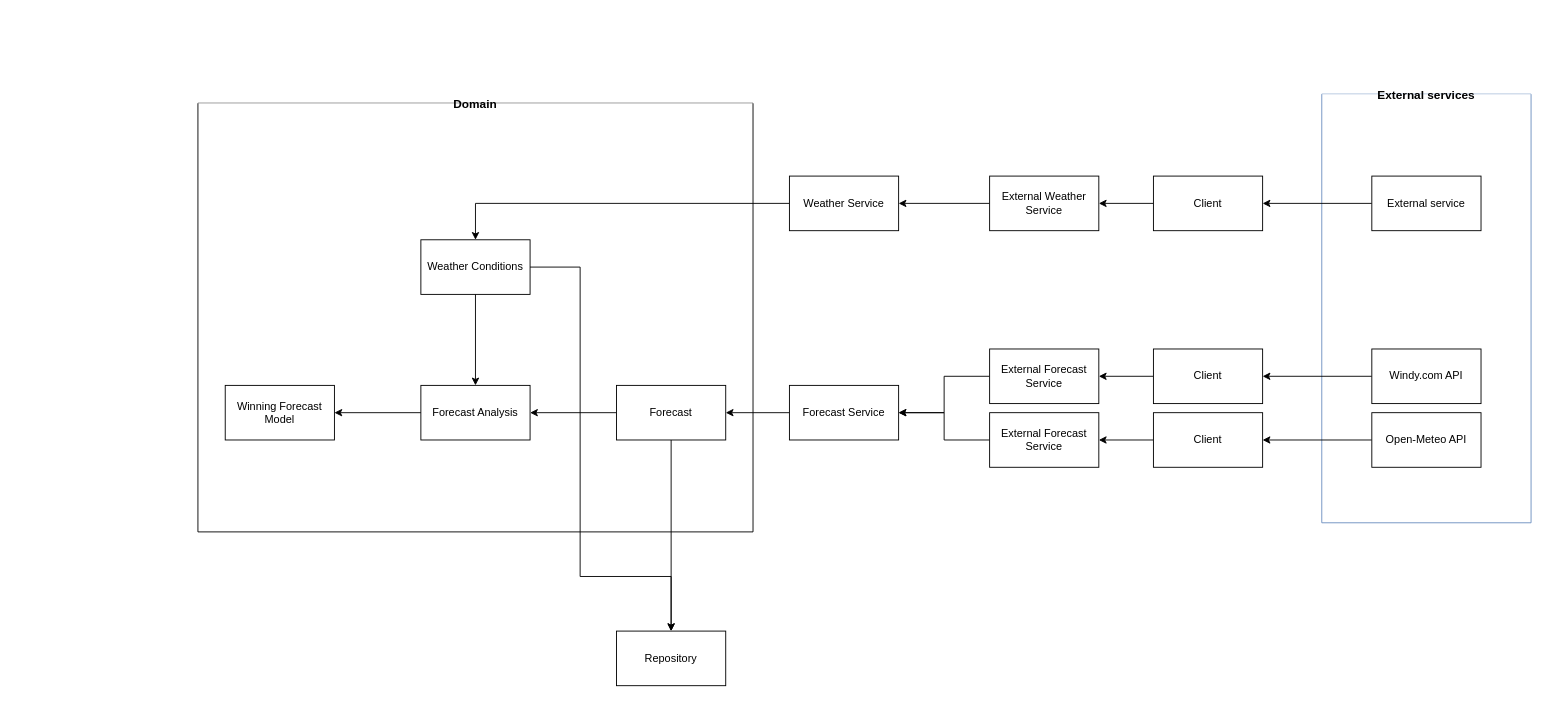
Before: FF-architecture.drawio in julekb/find-forecast, a draw.io diagram. Source tidied: cells renumbered, new cells numbered last; positions are measured from the earlier drawing's top-left corner, leaving out a move shared by most shapes. Both pictures are drawn from the tidied source at 91%, with x=0, y=0 at pixel (197, 94).
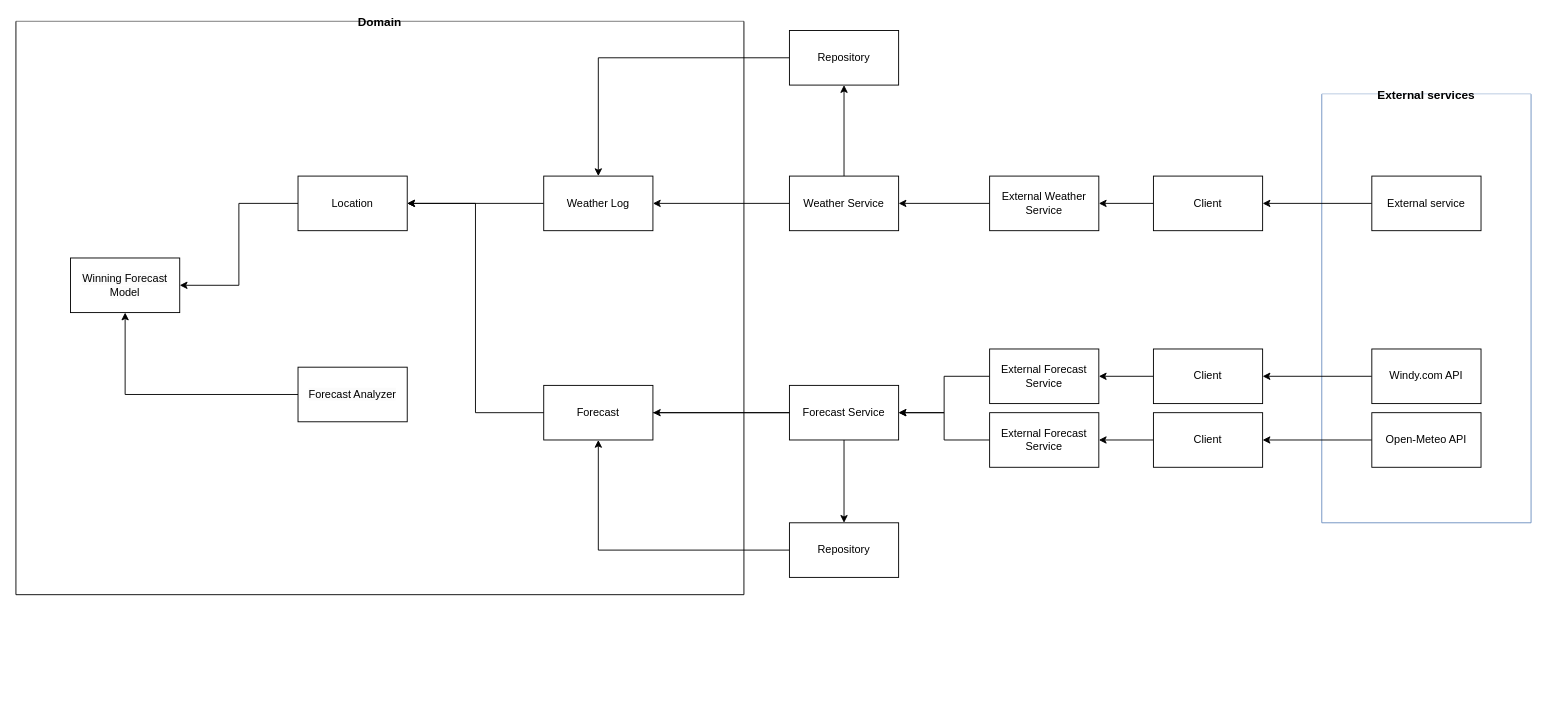
The same page after the edit.

The change refers to these unchanged cells:
```xml
<mxCell id="24" value="Weather Service" style="rounded=0;whiteSpace=wrap;html=1;" parent="1" vertex="1">
  <mxGeometry x="650" y="90" width="120" height="60" as="geometry" />
</mxCell>
```

What changed in the source:
```diff
@@
     <mxCell id="2" value="Domain" style="swimlane;startSize=0;swimlaneFillColor=default;glass=0;rounded=0;fontSize=13;fillStyle=solid;shadow=0;swimlaneLine=1;" parent="1" vertex="1">
-      <mxGeometry y="10" width="610" height="471" as="geometry" />
+      <mxGeometry x="-200" y="-80" width="800" height="630" as="geometry" />
     </mxCell>
-    <mxCell id="3" value="Weather Conditions" style="rounded=0;whiteSpace=wrap;html=1;" parent="2" vertex="1">
-      <mxGeometry x="245" y="150" width="120" height="60" as="geometry" />
-    </mxCell>
-    <mxCell id="4" value="Forecast Analysis" style="rounded=0;whiteSpace=wrap;html=1;" parent="2" vertex="1">
-      <mxGeometry x="245" y="310" width="120" height="60" as="geometry" />
-    </mxCell>
-    <mxCell id="5" style="edgeStyle=orthogonalEdgeStyle;rounded=0;jettySize=auto;html=1;exitX=0.5;exitY=1;exitDx=0;exitDy=0;entryX=0.5;entryY=0;entryDx=0;entryDy=0;" parent="2" edge="1" source="3" target="4">
-      <mxGeometry relative="1" as="geometry" />
-    </mxCell>
+    <mxCell id="36" style="edgeStyle=orthogonalEdgeStyle;rounded=0;jettySize=auto;html=1;entryX=1;entryY=0.5;entryDx=0;entryDy=0;" parent="2" edge="1" source="37" target="6">
+      <mxGeometry relative="1" as="geometry" />
+    </mxCell>
+    <mxCell id="37" value="Location" style="rounded=0;whiteSpace=wrap;html=1;" parent="2" vertex="1">
+      <mxGeometry x="310" y="170" width="120" height="60" as="geometry" />
+    </mxCell>
-    <mxCell id="6" value="Winning Forecast Model" style="rounded=0;whiteSpace=wrap;html=1;" parent="2" vertex="1">
-      <mxGeometry x="30" y="310" width="120" height="60" as="geometry" />
+    <mxCell id="6" value="&lt;span style=&quot;color: rgb(0, 0, 0); font-family: Helvetica; font-size: 12px; font-style: normal; font-variant-ligatures: normal; font-variant-caps: normal; font-weight: 400; letter-spacing: normal; orphans: 2; text-align: center; text-indent: 0px; text-transform: none; widows: 2; word-spacing: 0px; -webkit-text-stroke-width: 0px; background-color: rgb(251, 251, 251); text-decoration-thickness: initial; text-decoration-style: initial; text-decoration-color: initial; float: none; display: inline !important;&quot;&gt;Winning Forecast Model&lt;/span&gt;" style="whiteSpace=wrap;html=1;rounded=0;" parent="2" vertex="1">
+      <mxGeometry x="60" y="260" width="120" height="60" as="geometry" />
     </mxCell>
-    <mxCell id="7" style="edgeStyle=orthogonalEdgeStyle;rounded=0;jettySize=auto;html=1;" parent="2" edge="1" source="4" target="6">
-      <mxGeometry relative="1" as="geometry" />
-    </mxCell>
+    <mxCell id="38" style="edgeStyle=orthogonalEdgeStyle;rounded=0;jettySize=auto;html=1;entryX=1;entryY=0.5;entryDx=0;entryDy=0;" parent="2" edge="1" source="39" target="37">
+      <mxGeometry relative="1" as="geometry" />
+    </mxCell>
+    <mxCell id="39" value="Weather Log" style="rounded=0;whiteSpace=wrap;html=1;" parent="2" vertex="1">
+      <mxGeometry x="580" y="170" width="120" height="60" as="geometry" />
+    </mxCell>
+    <mxCell id="40" style="edgeStyle=orthogonalEdgeStyle;rounded=0;jettySize=auto;html=1;" parent="2" edge="1" source="41" target="6">
+      <mxGeometry relative="1" as="geometry" />
+    </mxCell>
+    <mxCell id="41" value="&lt;span style=&quot;color: rgb(0, 0, 0); font-family: Helvetica; font-size: 12px; font-style: normal; font-variant-ligatures: normal; font-variant-caps: normal; font-weight: 400; letter-spacing: normal; orphans: 2; text-align: center; text-indent: 0px; text-transform: none; widows: 2; word-spacing: 0px; -webkit-text-stroke-width: 0px; background-color: rgb(251, 251, 251); text-decoration-thickness: initial; text-decoration-style: initial; text-decoration-color: initial; float: none; display: inline !important;&quot;&gt;Forecast Analyzer&lt;/span&gt;" style="whiteSpace=wrap;html=1;rounded=0;" parent="2" vertex="1">
+      <mxGeometry x="310" y="380" width="120" height="60" as="geometry" />
+    </mxCell>
+    <mxCell id="11" value="Forecast" style="rounded=0;whiteSpace=wrap;html=1;" parent="2" vertex="1">
+      <mxGeometry x="580" y="400" width="120" height="60" as="geometry" />
+    </mxCell>
+    <mxCell id="42" style="edgeStyle=orthogonalEdgeStyle;rounded=0;jettySize=auto;html=1;entryX=1;entryY=0.5;entryDx=0;entryDy=0;" parent="2" edge="1" source="11" target="37">
+      <mxGeometry relative="1" as="geometry" />
+    </mxCell>
@@
-    <mxCell id="9" style="edgeStyle=orthogonalEdgeStyle;rounded=0;jettySize=auto;html=1;" parent="1" edge="1" source="11" target="4">
-      <mxGeometry relative="1" as="geometry" />
-    </mxCell>
@@
-    <mxCell id="11" value="Forecast" style="rounded=0;whiteSpace=wrap;html=1;" parent="1" vertex="1">
-      <mxGeometry x="460" y="320" width="120" height="60" as="geometry" />
-    </mxCell>
@@
+    <mxCell id="43" style="edgeStyle=orthogonalEdgeStyle;rounded=0;jettySize=auto;html=1;exitX=0;exitY=0.5;exitDx=0;exitDy=0;entryX=0.5;entryY=1;entryDx=0;entryDy=0;" parent="1" edge="1" source="22" target="11">
+      <mxGeometry relative="1" as="geometry" />
+    </mxCell>
     <mxCell id="22" value="Repository&lt;br&gt;" style="rounded=0;whiteSpace=wrap;html=1;" parent="1" vertex="1">
-      <mxGeometry x="460" y="590" width="120" height="60" as="geometry" />
+      <mxGeometry x="650" y="471" width="120" height="60" as="geometry" />
     </mxCell>
-    <mxCell id="23" style="edgeStyle=orthogonalEdgeStyle;rounded=0;jettySize=auto;html=1;entryX=0.5;entryY=0;entryDx=0;entryDy=0;" parent="1" edge="1" source="24" target="3">
+    <mxCell id="23" style="edgeStyle=orthogonalEdgeStyle;rounded=0;jettySize=auto;html=1;entryX=1;entryY=0.5;entryDx=0;entryDy=0;" parent="1" edge="1" source="24" target="39">
       <mxGeometry relative="1" as="geometry" />
     </mxCell>
+    <mxCell id="44" style="edgeStyle=orthogonalEdgeStyle;rounded=0;jettySize=auto;html=1;entryX=0.5;entryY=1;entryDx=0;entryDy=0;" parent="1" edge="1" source="24" target="46">
+      <mxGeometry relative="1" as="geometry" />
+    </mxCell>
@@
-    <mxCell id="33" style="edgeStyle=orthogonalEdgeStyle;rounded=0;jettySize=auto;html=1;" parent="1" edge="1" source="3" target="22">
-      <mxGeometry relative="1" as="geometry">
-        <Array as="points">
-          <mxPoint x="420" y="190" />
-          <mxPoint x="420" y="530" />
-          <mxPoint x="520" y="530" />
-        </Array>
-      </mxGeometry>
-    </mxCell>
@@
+    <mxCell id="45" style="edgeStyle=orthogonalEdgeStyle;rounded=0;jettySize=auto;html=1;entryX=0.5;entryY=0;entryDx=0;entryDy=0;" parent="1" edge="1" source="46" target="39">
+      <mxGeometry relative="1" as="geometry" />
+    </mxCell>
+    <mxCell id="46" value="Repository&lt;br&gt;" style="rounded=0;whiteSpace=wrap;html=1;" parent="1" vertex="1">
+      <mxGeometry x="650" y="-70" width="120" height="60" as="geometry" />
+    </mxCell>
```
